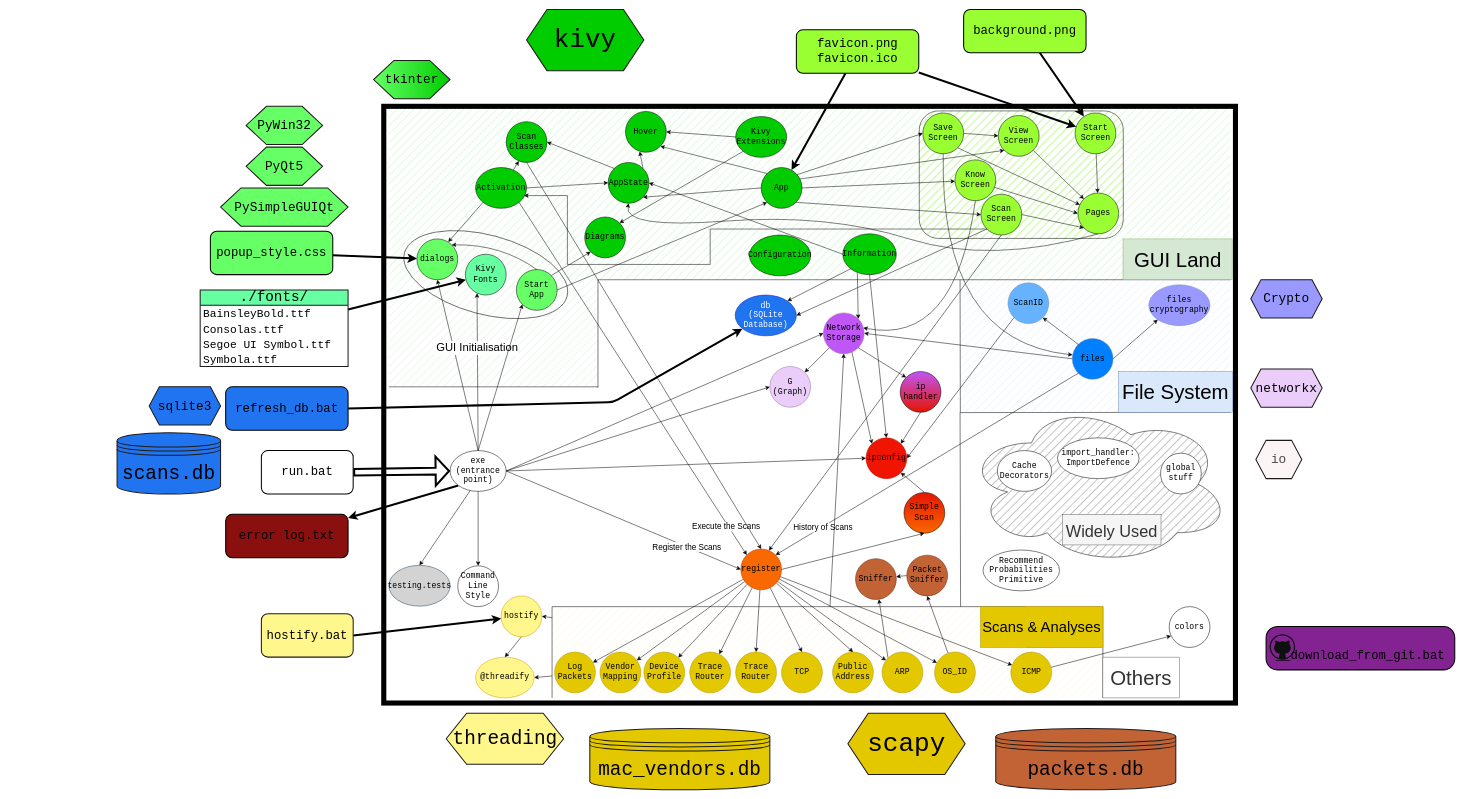
Above: Scanner/drawio-diagrams/modules extended.drawio in ShZil/network-utilities (draw.io), before the change. Source tidied: cells renumbered, new cells numbered last; positions are measured from the earlier drawing's top-left corner, leaving out a move shared by most shapes. Both pictures are drawn from the tidied source at 51%, with x=0, y=0 at pixel (117, 9).
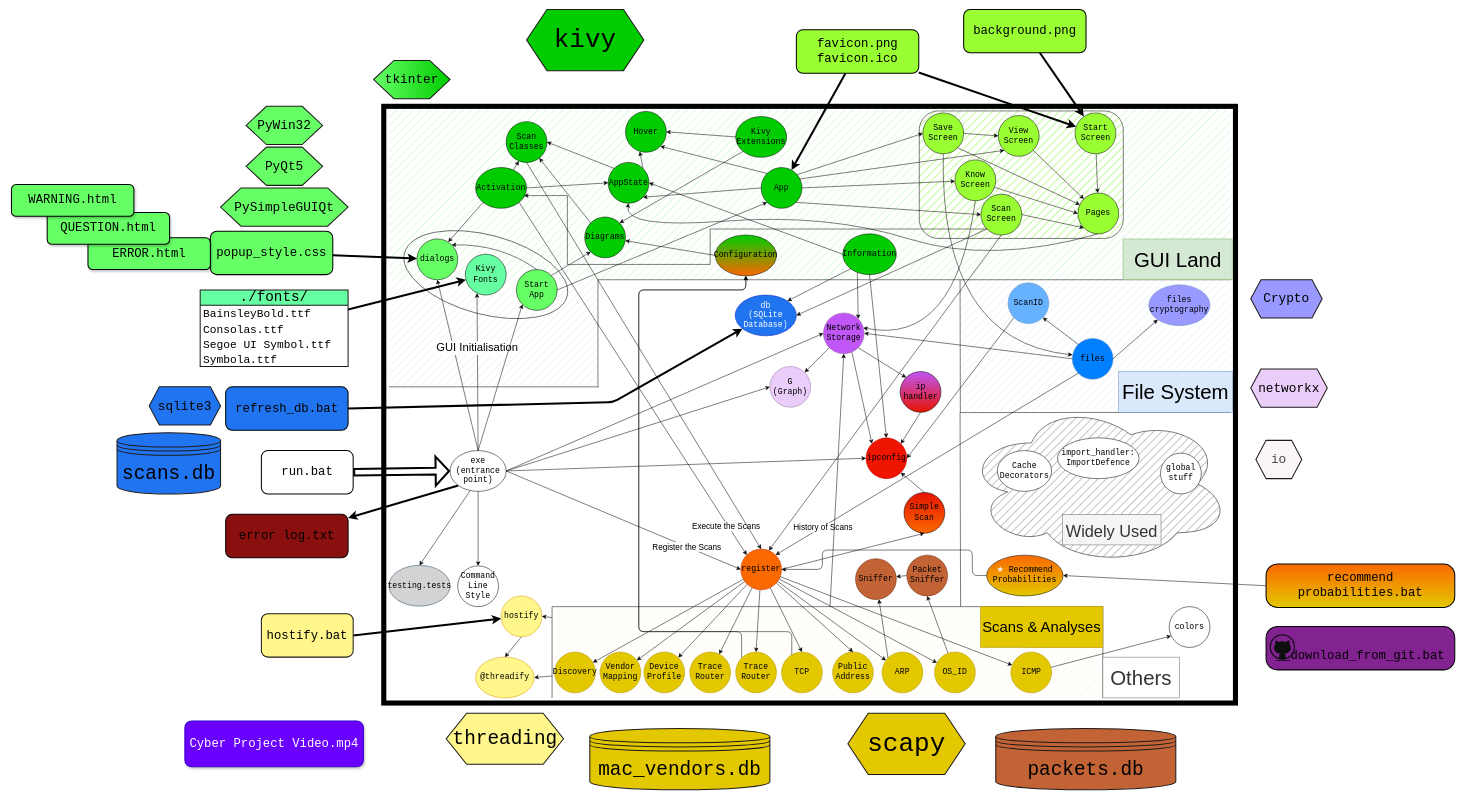
The same page after the edit.

The change refers to these unchanged cells:
```xml
<mxCell id="32" value="register" style="ellipse;whiteSpace=wrap;html=1;fontFamily=Consolas;fontSize=16;fillColor=#fa6800;strokeColor=#C73500;fontColor=#000000;" parent="1" vertex="1">
  <mxGeometry x="1223" y="1058" width="80" height="80" as="geometry" />
</mxCell>
<mxCell id="40" value="Diagrams" style="ellipse;whiteSpace=wrap;html=1;fontFamily=Consolas;fontSize=16;fillColor=#00CC00;" parent="1" vertex="1">
  <mxGeometry x="917" y="407" width="80" height="80" as="geometry" />
</mxCell>
<mxCell id="47" value="Scan&lt;br&gt;Classes" style="ellipse;whiteSpace=wrap;html=1;fontFamily=Consolas;fontSize=16;fillColor=#00CC00;" parent="1" vertex="1">
  <mxGeometry x="763" y="220" width="80" height="80" as="geometry" />
</mxCell>
<mxCell id="56" value="TCP" style="ellipse;whiteSpace=wrap;html=1;fontFamily=Consolas;fontSize=16;fillColor=#e3c800;strokeColor=#B09500;fontColor=#000000;" parent="1" vertex="1">
  <mxGeometry x="1303" y="1260" width="80" height="80" as="geometry" />
</mxCell>
<mxCell id="57" value="Trace&lt;br&gt;Router" style="ellipse;whiteSpace=wrap;html=1;fontFamily=Consolas;fontSize=16;fillColor=#e3c800;strokeColor=#B09500;fontColor=#000000;" parent="1" vertex="1">
  <mxGeometry x="1213" y="1260" width="80" height="80" as="geometry" />
</mxCell>
```

What changed in the source:
```diff
@@
+    <mxCell id="182" style="edgeStyle=orthogonalEdgeStyle;html=1;exitX=0;exitY=0.5;exitDx=0;exitDy=0;entryX=1;entryY=0.5;entryDx=0;entryDy=0;" parent="1" edge="1" source="27" target="32">
+      <mxGeometry relative="1" as="geometry">
+        <Array as="points">
+          <mxPoint x="1677" y="1060" />
+          <mxPoint x="1383" y="1060" />
+          <mxPoint x="1383" y="1098" />
+        </Array>
+      </mxGeometry>
+    </mxCell>
-    <mxCell id="27" value="Recommend&lt;br&gt;Probabilities&lt;br&gt;Primitive" style="ellipse;whiteSpace=wrap;html=1;fontFamily=Consolas;fontSize=16;" parent="1" vertex="1">
-      <mxGeometry x="1698" y="1060" width="150" height="80" as="geometry" />
+    <mxCell id="27" value="&lt;span id=&quot;docs-internal-guid-2db7d27b-7fff-e171-a3fb-a29b229ca906&quot;&gt;&lt;span style=&quot;font-size: 12pt; font-family: Consolas, sans-serif; background-color: transparent; font-variant-numeric: normal; font-variant-east-asian: normal; vertical-align: baseline;&quot;&gt;&lt;font color=&quot;#fcfcfc&quot;&gt;★&amp;nbsp;&lt;/font&gt;&lt;/span&gt;&lt;/span&gt;Recommend&lt;br&gt;Probabilities" style="ellipse;whiteSpace=wrap;html=1;fontFamily=Consolas;fontSize=16;gradientColor=#e3c800;fillColor=#fa6800;" parent="1" vertex="1">
+      <mxGeometry x="1705" y="1070" width="150" height="80" as="geometry" />
     </mxCell>
@@
+    <mxCell id="183" style="edgeStyle=none;html=1;exitX=0;exitY=0.5;exitDx=0;exitDy=0;" parent="1" edge="1" source="39" target="40">
+      <mxGeometry relative="1" as="geometry" />
+    </mxCell>
-    <mxCell id="39" value="Configuration" style="ellipse;whiteSpace=wrap;html=1;fontFamily=Consolas;fontSize=16;fillColor=#00CC00;" parent="1" vertex="1">
-      <mxGeometry x="1240" y="442.3" width="120" height="80" as="geometry" />
+    <mxCell id="39" value="Configuration" style="ellipse;whiteSpace=wrap;html=1;fontFamily=Consolas;fontSize=16;fillColor=#00CC00;gradientColor=#fa6800;" parent="1" vertex="1">
+      <mxGeometry x="1173" y="442.3" width="120" height="80" as="geometry" />
     </mxCell>
+    <mxCell id="184" style="html=1;exitX=0;exitY=0;exitDx=0;exitDy=0;" parent="1" edge="1" source="40" target="47">
+      <mxGeometry relative="1" as="geometry" />
+    </mxCell>
@@
+    <mxCell id="185" style="edgeStyle=orthogonalEdgeStyle;html=1;exitX=0;exitY=0;exitDx=0;exitDy=0;" parent="1" edge="1" source="57" target="39">
+      <mxGeometry relative="1" as="geometry">
+        <Array as="points">
+          <mxPoint x="1225" y="1220" />
+          <mxPoint x="1023" y="1220" />
+          <mxPoint x="1023" y="550" />
+          <mxPoint x="1233" y="550" />
+        </Array>
+      </mxGeometry>
+    </mxCell>
@@
-    <mxCell id="146" value="Log Packets" style="ellipse;whiteSpace=wrap;html=1;fontFamily=Consolas;fontSize=16;fillColor=#e3c800;strokeColor=#B09500;fontColor=#000000;" parent="1" vertex="1">
+    <mxCell id="146" value="Discovery" style="ellipse;whiteSpace=wrap;html=1;fontFamily=Consolas;fontSize=16;fillColor=#e3c800;strokeColor=#B09500;fontColor=#000000;" parent="1" vertex="1">
       <mxGeometry x="858" y="1260" width="80" height="80" as="geometry" />
     </mxCell>
@@
     <mxCell id="175" value="networkx" style="shape=hexagon;perimeter=hexagonPerimeter2;whiteSpace=wrap;html=1;fixedSize=1;strokeColor=#1e1a1a;strokeWidth=2;fontFamily=Consolas;fontSize=25;fillColor=#eacdf9;size=20;" parent="1" vertex="1">
-      <mxGeometry x="2223" y="705" width="140" height="75" as="geometry" />
+      <mxGeometry x="2223" y="705" width="150" height="75" as="geometry" />
     </mxCell>
@@
+    <mxCell id="186" style="html=1;exitX=0;exitY=0.5;exitDx=0;exitDy=0;entryX=1;entryY=0.5;entryDx=0;entryDy=0;" parent="1" edge="1" source="187" target="27">
+      <mxGeometry relative="1" as="geometry" />
+    </mxCell>
+    <mxCell id="187" value="recommend probabilities.bat" style="rounded=1;whiteSpace=wrap;html=1;strokeWidth=2;fontFamily=Consolas;fontSize=24;fillColor=#fa6800;arcSize=26;verticalAlign=middle;gradientColor=#e3c800;" parent="1" vertex="1">
+      <mxGeometry x="2253" y="1087.5" width="370" height="85" as="geometry" />
+    </mxCell>
+    <mxCell id="188" style="edgeStyle=orthogonalEdgeStyle;html=1;" parent="1" edge="1" source="56" target="39">
+      <mxGeometry relative="1" as="geometry">
+        <Array as="points">
+          <mxPoint x="1323" y="1220" />
+          <mxPoint x="1023" y="1220" />
+          <mxPoint x="1023" y="550" />
+          <mxPoint x="1233" y="550" />
+        </Array>
+      </mxGeometry>
+    </mxCell>
+    <mxCell id="189" value="ERROR.html" style="rounded=1;whiteSpace=wrap;html=1;strokeWidth=2;fontFamily=Consolas;fontSize=24;fillColor=#66ff66;shadow=1;" parent="1" vertex="1">
+      <mxGeometry x="-57" y="447.7" width="240" height="62.3" as="geometry" />
+    </mxCell>
+    <mxCell id="190" value="QUESTION.html" style="rounded=1;whiteSpace=wrap;html=1;strokeWidth=2;fontFamily=Consolas;fontSize=24;fillColor=#66ff66;shadow=1;" parent="1" vertex="1">
+      <mxGeometry x="-137" y="398" width="240" height="62.3" as="geometry" />
+    </mxCell>
+    <mxCell id="191" value="WARNING.html" style="rounded=1;whiteSpace=wrap;html=1;strokeWidth=2;fontFamily=Consolas;fontSize=24;fillColor=#66ff66;shadow=1;" parent="1" vertex="1">
+      <mxGeometry x="-207" y="343.4" width="240" height="62.3" as="geometry" />
+    </mxCell>
+    <mxCell id="192" value="Cyber Project Video.mp4" style="rounded=1;whiteSpace=wrap;html=1;strokeWidth=2;fontFamily=Consolas;fontSize=24;fillColor=#6a00ff;shadow=1;fontColor=#ffffff;strokeColor=#3700CC;" parent="1" vertex="1">
+      <mxGeometry x="133" y="1395" width="350" height="90" as="geometry" />
+    </mxCell>
```
